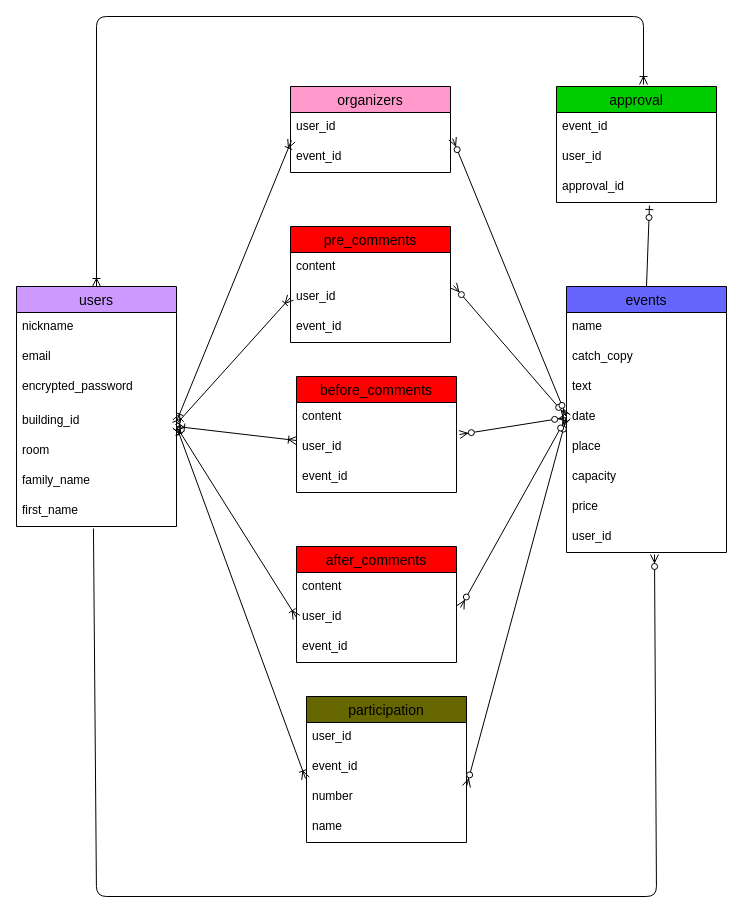
Earlier version of the draw.io diagram ER.dio (nickAJ286/crestprimejitikai). Source tidied: cells renumbered, new cells numbered last; positions are measured from the earlier drawing's top-left corner, leaving out a move shared by most shapes. Both pictures are drawn from the tidied source at 100%, with x=0, y=0 at pixel (16, 16).
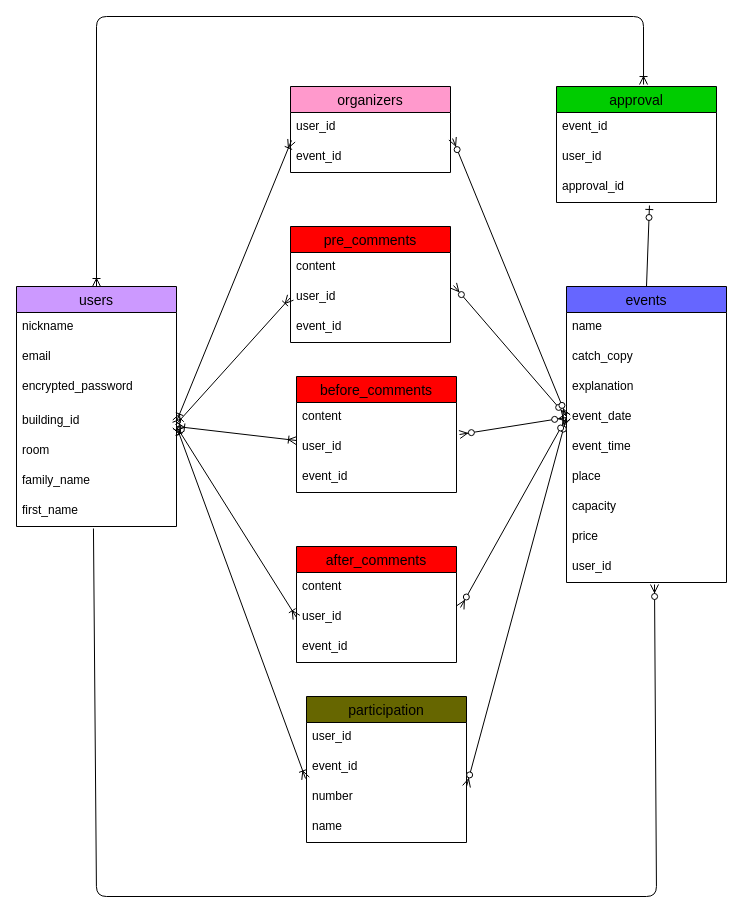
The same diagram, later.

Commit message (it also covers changes not shown here):
データテーブル設定とER図の修正

What changed in the source:
```diff
@@
     <mxCell id="10" value="events" style="swimlane;fontStyle=0;horizontal=1;startSize=26;align=center;fontSize=14;fillColor=#6666FF;" parent="1" vertex="1">
-      <mxGeometry x="550" y="270" width="160" height="266" as="geometry" />
+      <mxGeometry x="550" y="270" width="160" height="296" as="geometry" />
     </mxCell>
@@
-    <mxCell id="13" value="text" style="text;strokeColor=none;fillColor=none;spacingLeft=4;spacingRight=4;overflow=hidden;fontSize=12;" parent="10" vertex="1">
+    <mxCell id="13" value="explanation" style="text;strokeColor=none;fillColor=none;spacingLeft=4;spacingRight=4;overflow=hidden;fontSize=12;" parent="10" vertex="1">
       <mxGeometry y="86" width="160" height="30" as="geometry" />
     </mxCell>
-    <mxCell id="14" value="date" style="text;strokeColor=none;fillColor=none;spacingLeft=4;spacingRight=4;overflow=hidden;points=[[0,0.5],[1,0.5]];portConstraint=eastwest;fontSize=12;" parent="10" vertex="1">
+    <mxCell id="14" value="event_date" style="text;strokeColor=none;fillColor=none;spacingLeft=4;spacingRight=4;overflow=hidden;points=[[0,0.5],[1,0.5]];portConstraint=eastwest;fontSize=12;" parent="10" vertex="1">
       <mxGeometry y="116" width="160" height="30" as="geometry" />
     </mxCell>
+    <mxCell id="56" value="event_time" style="text;strokeColor=none;fillColor=none;spacingLeft=4;spacingRight=4;overflow=hidden;fontSize=12;" parent="10" vertex="1">
+      <mxGeometry y="146" width="160" height="30" as="geometry" />
+    </mxCell>
     <mxCell id="15" value="place" style="text;strokeColor=none;fillColor=none;spacingLeft=4;spacingRight=4;overflow=hidden;fontSize=12;" parent="10" vertex="1">
-      <mxGeometry y="146" width="160" height="30" as="geometry" />
+      <mxGeometry y="176" width="160" height="30" as="geometry" />
     </mxCell>
     <mxCell id="16" value="capacity" style="text;strokeColor=none;fillColor=none;spacingLeft=4;spacingRight=4;overflow=hidden;fontSize=12;" parent="10" vertex="1">
-      <mxGeometry y="176" width="160" height="30" as="geometry" />
+      <mxGeometry y="206" width="160" height="30" as="geometry" />
     </mxCell>
     <mxCell id="17" value="price" style="text;strokeColor=none;fillColor=none;spacingLeft=4;spacingRight=4;overflow=hidden;fontSize=12;" parent="10" vertex="1">
-      <mxGeometry y="206" width="160" height="30" as="geometry" />
+      <mxGeometry y="236" width="160" height="30" as="geometry" />
     </mxCell>
     <mxCell id="18" value="user_id" style="text;strokeColor=none;fillColor=none;spacingLeft=4;spacingRight=4;overflow=hidden;points=[[0,0.5],[1,0.5]];portConstraint=eastwest;fontSize=12;" parent="10" vertex="1">
-      <mxGeometry y="236" width="160" height="30" as="geometry" />
+      <mxGeometry y="266" width="160" height="30" as="geometry" />
     </mxCell>
```
